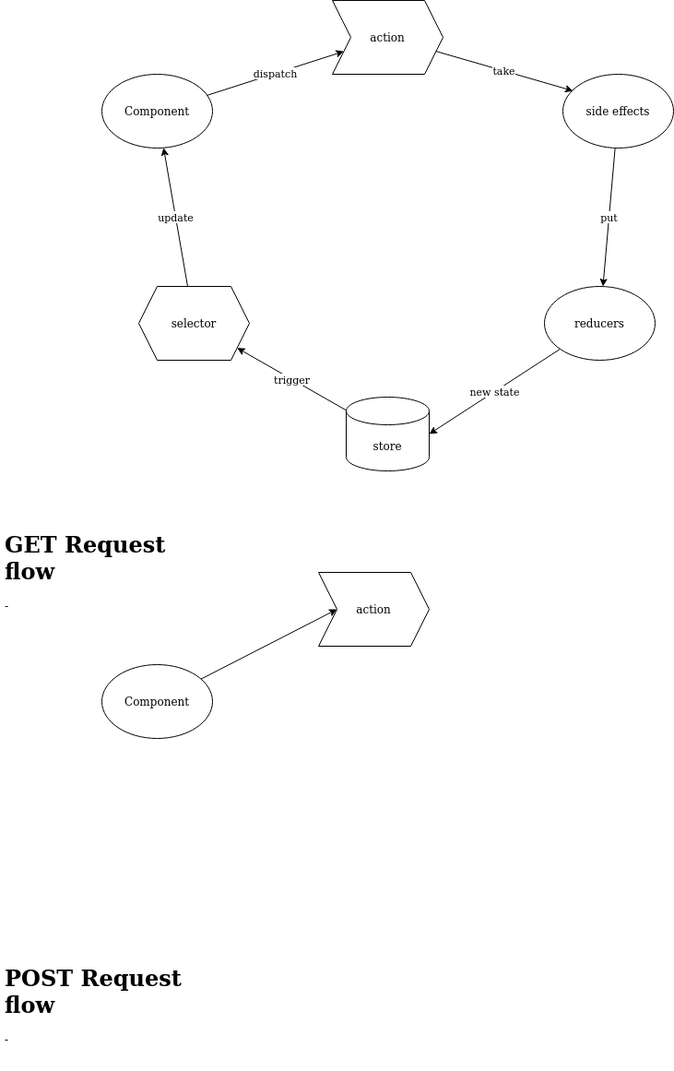
Before: react-redux-saga-reselect-overview-logic.png, a diagram exported from draw.io (stsiwo/react_redux_concept). Source tidied: cells renumbered, new cells last; positions are measured from the earlier drawing's top-left corner, leaving out a move shared by most shapes.
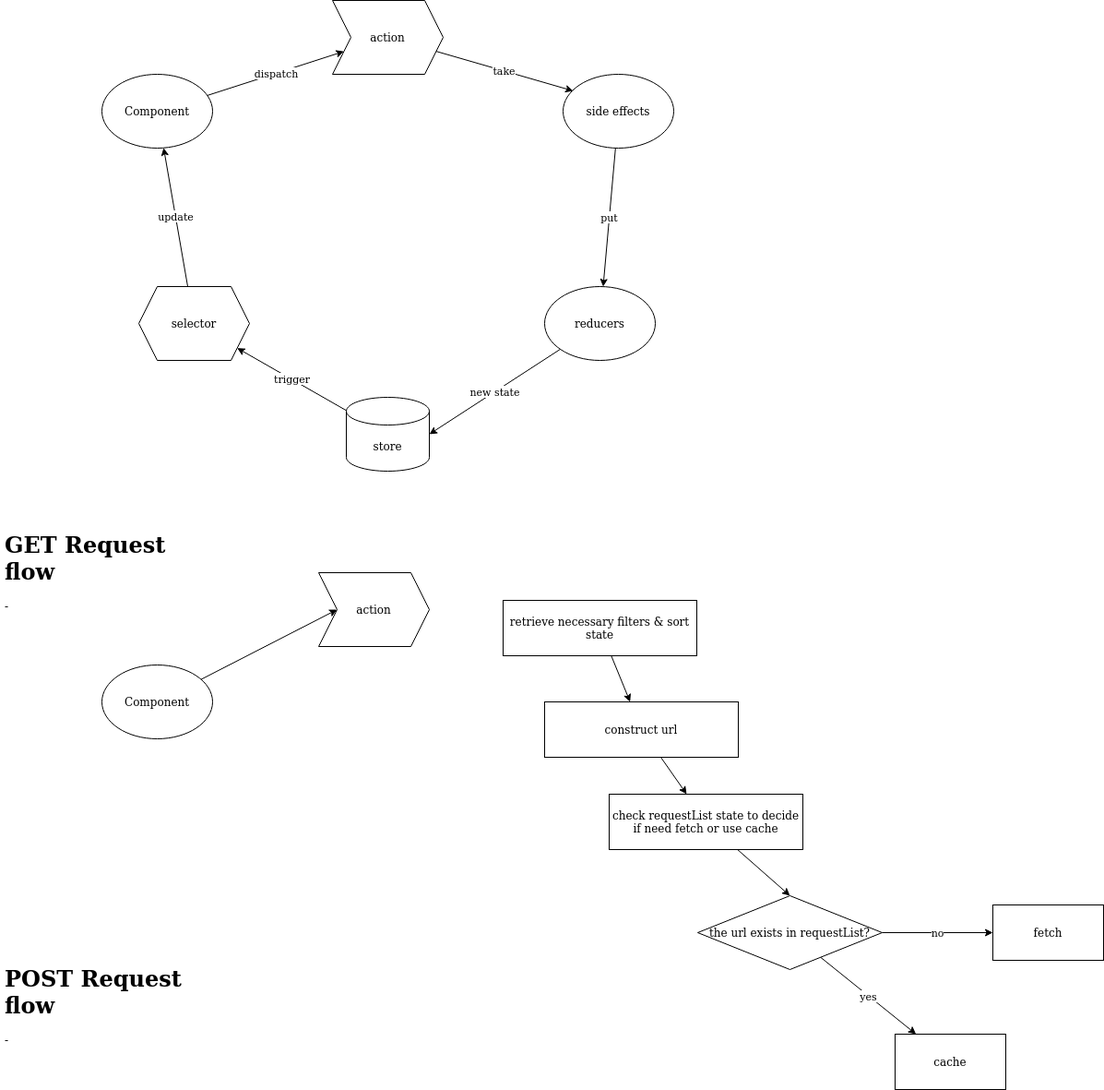
The same file after the commit.

What changed in the source:
```diff
@@ -53,5 +53,38 @@
     <mxCell id="18" value="&lt;h1&gt;POST Request flow&lt;br&gt;&lt;/h1&gt;&lt;p&gt;- &lt;br&gt;&lt;/p&gt;" style="text;html=1;strokeColor=none;fillColor=none;spacing=5;spacingTop=-20;whiteSpace=wrap;overflow=hidden;rounded=0;" parent="1" vertex="1">
       <mxGeometry y="1040" width="220" height="120" as="geometry" />
     </mxCell>
+    <mxCell id="19" style="rounded=0;jettySize=auto;html=1;" parent="1" edge="1" source="20" target="22">
+      <mxGeometry relative="1" as="geometry" />
+    </mxCell>
+    <mxCell id="20" value="retrieve necessary filters &amp;amp; sort state" style="rounded=0;whiteSpace=wrap;html=1;" parent="1" vertex="1">
+      <mxGeometry x="545" y="650" width="210" height="60" as="geometry" />
+    </mxCell>
+    <mxCell id="21" style="edgeStyle=none;rounded=0;jettySize=auto;html=1;" parent="1" edge="1" source="22" target="24">
+      <mxGeometry relative="1" as="geometry" />
+    </mxCell>
+    <mxCell id="22" value="construct url " style="rounded=0;whiteSpace=wrap;html=1;" parent="1" vertex="1">
+      <mxGeometry x="590" y="760" width="210" height="60" as="geometry" />
+    </mxCell>
+    <mxCell id="23" style="edgeStyle=none;rounded=0;jettySize=auto;html=1;entryX=0.5;entryY=0;entryDx=0;entryDy=0;" parent="1" edge="1" source="24" target="27">
+      <mxGeometry relative="1" as="geometry" />
+    </mxCell>
+    <mxCell id="24" value="check requestList state to decide if need fetch or use cache" style="rounded=0;whiteSpace=wrap;html=1;" parent="1" vertex="1">
+      <mxGeometry x="660" y="860" width="210" height="60" as="geometry" />
+    </mxCell>
+    <mxCell id="25" value="no" style="edgeStyle=none;rounded=0;jettySize=auto;html=1;" parent="1" edge="1" source="27" target="28">
+      <mxGeometry relative="1" as="geometry" />
+    </mxCell>
+    <mxCell id="26" value="yes" style="edgeStyle=none;rounded=0;jettySize=auto;html=1;" parent="1" edge="1" source="27" target="29">
+      <mxGeometry relative="1" as="geometry" />
+    </mxCell>
+    <mxCell id="27" value="the url exists in requestList?" style="rhombus;whiteSpace=wrap;html=1;" parent="1" vertex="1">
+      <mxGeometry x="756" y="970" width="200" height="80" as="geometry" />
+    </mxCell>
+    <mxCell id="28" value="fetch" style="whiteSpace=wrap;html=1;" parent="1" vertex="1">
+      <mxGeometry x="1076" y="980" width="120" height="60" as="geometry" />
+    </mxCell>
+    <mxCell id="29" value="cache" style="whiteSpace=wrap;html=1;" parent="1" vertex="1">
+      <mxGeometry x="970" y="1120" width="120" height="60" as="geometry" />
+    </mxCell>
   </root>
 </mxGraphModel>
```
